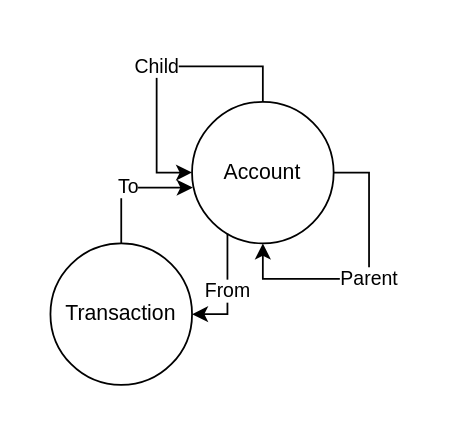
The draw.io diagram docs/design/Accounts and Transactions/Account-Abstract.drawio in NordGus/ruby-financo, before the edit. Source tidied: cells renumbered, new cells numbered last; positions are measured from the earlier drawing's top-left corner, leaving out a move shared by most shapes. Both pictures are drawn from the tidied source at 177%, with x=0, y=0 at pixel (50, 65).
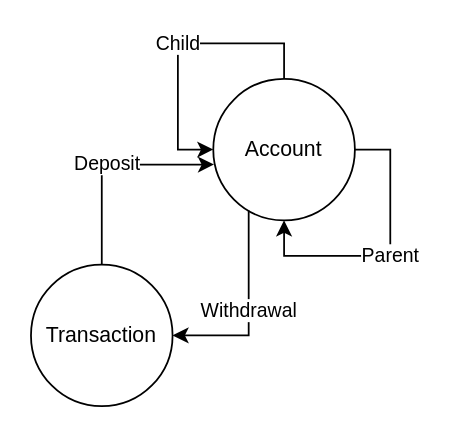
After the change.

Commit message (it also covers changes not shown here):
updating design diagram

What changed in the source:
```diff
@@
 <mxGraphModel>
   <root>
     <mxCell id="0" />
     <mxCell id="1" parent="0" />
     <mxCell id="2" value="Account" style="ellipse;whiteSpace=wrap;html=1;" parent="1" vertex="1">
-      <mxGeometry x="80" y="20" width="80" height="80" as="geometry" />
+      <mxGeometry x="92" y="7" width="80" height="80" as="geometry" />
     </mxCell>
     <mxCell id="3" value="Child" style="edgeStyle=orthogonalEdgeStyle;rounded=0;orthogonalLoop=1;jettySize=auto;html=1;exitX=0.5;exitY=0;exitDx=0;exitDy=0;entryX=0;entryY=0.5;entryDx=0;entryDy=0;" parent="1" edge="1" source="2" target="2">
       <mxGeometry relative="1" as="geometry">
         <Array as="points">
-          <mxPoint x="120" />
-          <mxPoint x="60" />
-          <mxPoint x="60" y="60" />
+          <mxPoint x="132" y="-13" />
+          <mxPoint x="72" y="-13" />
+          <mxPoint x="72" y="47" />
         </Array>
       </mxGeometry>
     </mxCell>
     <mxCell id="4" value="Parent" style="edgeStyle=orthogonalEdgeStyle;rounded=0;orthogonalLoop=1;jettySize=auto;html=1;entryX=0.5;entryY=1;entryDx=0;entryDy=0;exitX=1;exitY=0.5;exitDx=0;exitDy=0;" parent="1" edge="1" source="2" target="2">
       <mxGeometry relative="1" as="geometry">
         <Array as="points">
-          <mxPoint x="180" y="60" />
-          <mxPoint x="180" y="120" />
-          <mxPoint x="120" y="120" />
+          <mxPoint x="192" y="47" />
+          <mxPoint x="192" y="107" />
+          <mxPoint x="132" y="107" />
         </Array>
       </mxGeometry>
     </mxCell>
     <mxCell id="5" value="Transaction" style="ellipse;whiteSpace=wrap;html=1;" parent="1" vertex="1">
-      <mxGeometry y="100" width="80" height="80" as="geometry" />
+      <mxGeometry x="-11" y="112" width="80" height="80" as="geometry" />
     </mxCell>
-    <mxCell id="6" value="To" style="edgeStyle=orthogonalEdgeStyle;rounded=0;jettySize=auto;html=1;exitX=0.5;exitY=0;exitDx=0;exitDy=0;entryX=0.005;entryY=0.606;entryDx=0;entryDy=0;entryPerimeter=0;" parent="1" edge="1" source="5" target="2">
+    <mxCell id="6" value="Deposit" style="edgeStyle=orthogonalEdgeStyle;rounded=0;jettySize=auto;html=1;exitX=0.5;exitY=0;exitDx=0;exitDy=0;entryX=0.005;entryY=0.606;entryDx=0;entryDy=0;entryPerimeter=0;" parent="1" edge="1" source="5" target="2">
       <mxGeometry relative="1" as="geometry">
         <Array as="points">
-          <mxPoint x="40" y="69" />
+          <mxPoint x="29" y="56" />
         </Array>
       </mxGeometry>
     </mxCell>
-    <mxCell id="7" value="From" style="edgeStyle=orthogonalEdgeStyle;rounded=0;jettySize=auto;html=1;exitX=0.25;exitY=0.93;exitDx=0;exitDy=0;exitPerimeter=0;entryX=1;entryY=0.5;entryDx=0;entryDy=0;" parent="1" edge="1" source="2" target="5">
+    <mxCell id="7" value="Withdrawal" style="edgeStyle=orthogonalEdgeStyle;rounded=0;jettySize=auto;html=1;exitX=0.25;exitY=0.93;exitDx=0;exitDy=0;exitPerimeter=0;entryX=1;entryY=0.5;entryDx=0;entryDy=0;" parent="1" edge="1" source="2" target="5">
       <mxGeometry relative="1" as="geometry">
         <Array as="points">
-          <mxPoint x="100" y="140" />
+          <mxPoint x="112" y="152" />
         </Array>
       </mxGeometry>
     </mxCell>
   </root>
 </mxGraphModel>
```
